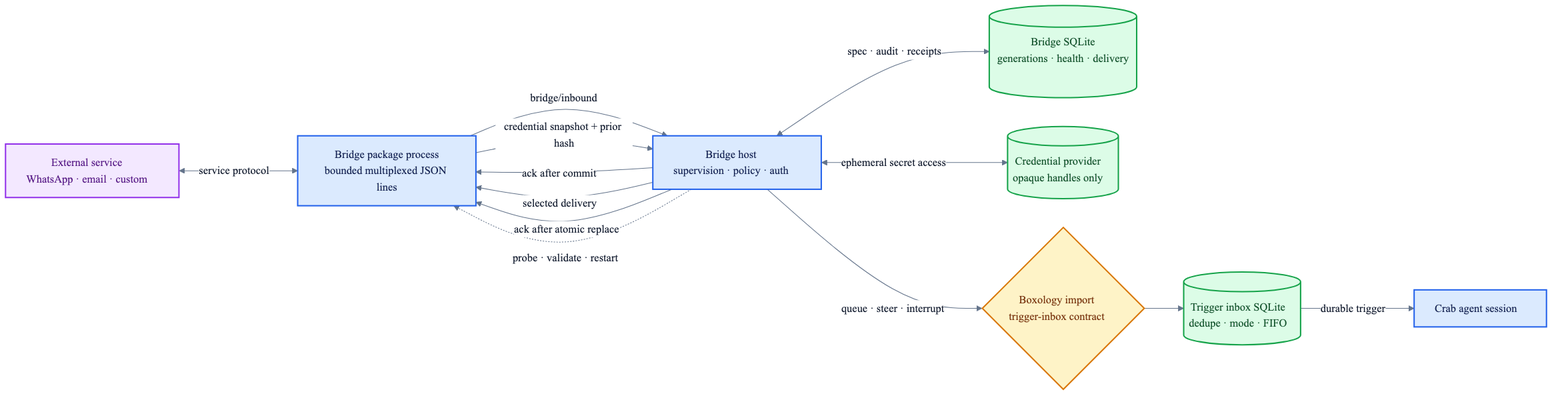
Earlier version of the Mermaid export v2/docs/bridge-host-flow.png (fontanierh/crab). Its source is kept beside it as v2/docs/bridge-host-flow.mmd.
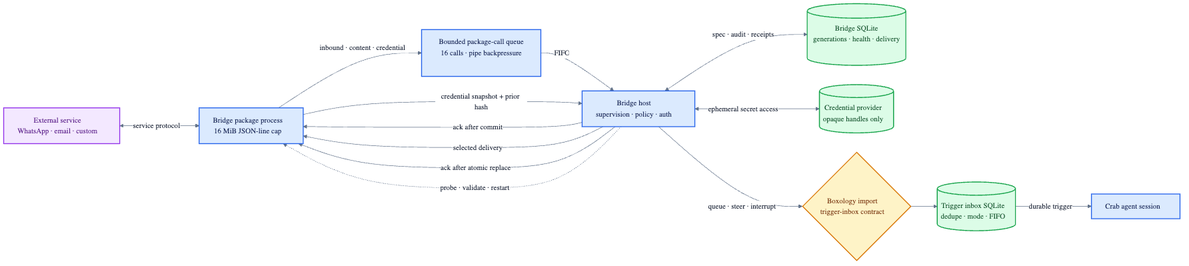
The same diagram one commit later.

Commit message:
fix(v2): bound bridge package ingress (#302)

What changed in the source:
```diff
@@ -1,7 +1,8 @@
 %%{init: {"theme": "base", "themeVariables": {"fontFamily": "ui-sans-serif, system-ui, sans-serif", "primaryTextColor": "#172033", "lineColor": "#64748b", "edgeLabelBackground": "#ffffff"}, "flowchart": {"curve": "basis", "nodeSpacing": 42, "rankSpacing": 58}}}%%
 flowchart LR
     SERVICE["External service<br/>WhatsApp · email · custom"]
-    PACKAGE["Bridge package process<br/>bounded multiplexed JSON lines"]
+    PACKAGE["Bridge package process<br/>16 MiB JSON-line cap"]
+    QUEUE["Bounded package-call queue<br/>16 calls · pipe backpressure"]
     HOST["Bridge host<br/>supervision · policy · auth"]
     DB[("Bridge SQLite<br/>generations · health · delivery")]
     CREDS[("Credential provider<br/>opaque handles only")]
@@ -10,7 +11,8 @@
     AGENT["Crab agent session"]
 
     SERVICE <-->|"service protocol"| PACKAGE
-    PACKAGE -->|"bridge/inbound"| HOST
+    PACKAGE -->|"inbound · content · credential"| QUEUE
+    QUEUE -->|"FIFO"| HOST
     HOST -->|"ack after commit"| PACKAGE
     HOST -->|"selected delivery"| PACKAGE
     HOST <-->|"spec · audit · receipts"| DB
@@ -28,6 +30,6 @@
     classDef boundary fill:#fef3c7,stroke:#d97706,stroke-width:2px,color:#78350f;
 
     class SERVICE external;
-    class PACKAGE,HOST,AGENT runtime;
+    class PACKAGE,QUEUE,HOST,AGENT runtime;
     class DB,CREDS,INBOX durable;
     class IMPORT boundary;
```
